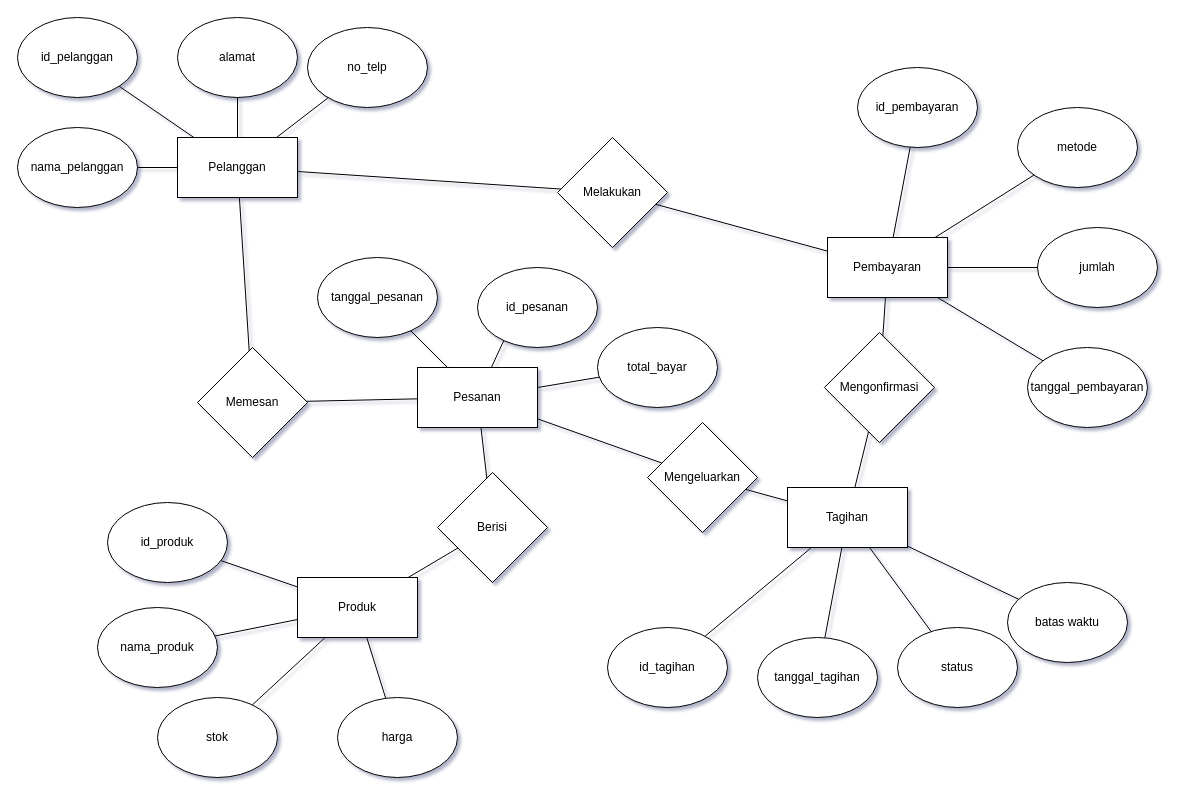
Above: uts_nomor_1.drawio in amar-ti2021/tugas_basis_data (draw.io), before the change. Source tidied: cells renumbered, new cells numbered last; positions are measured from the earlier drawing's top-left corner, leaving out a move shared by most shapes. Both pictures are drawn from the tidied source at 100%, with x=0, y=0 at pixel (17, 17).
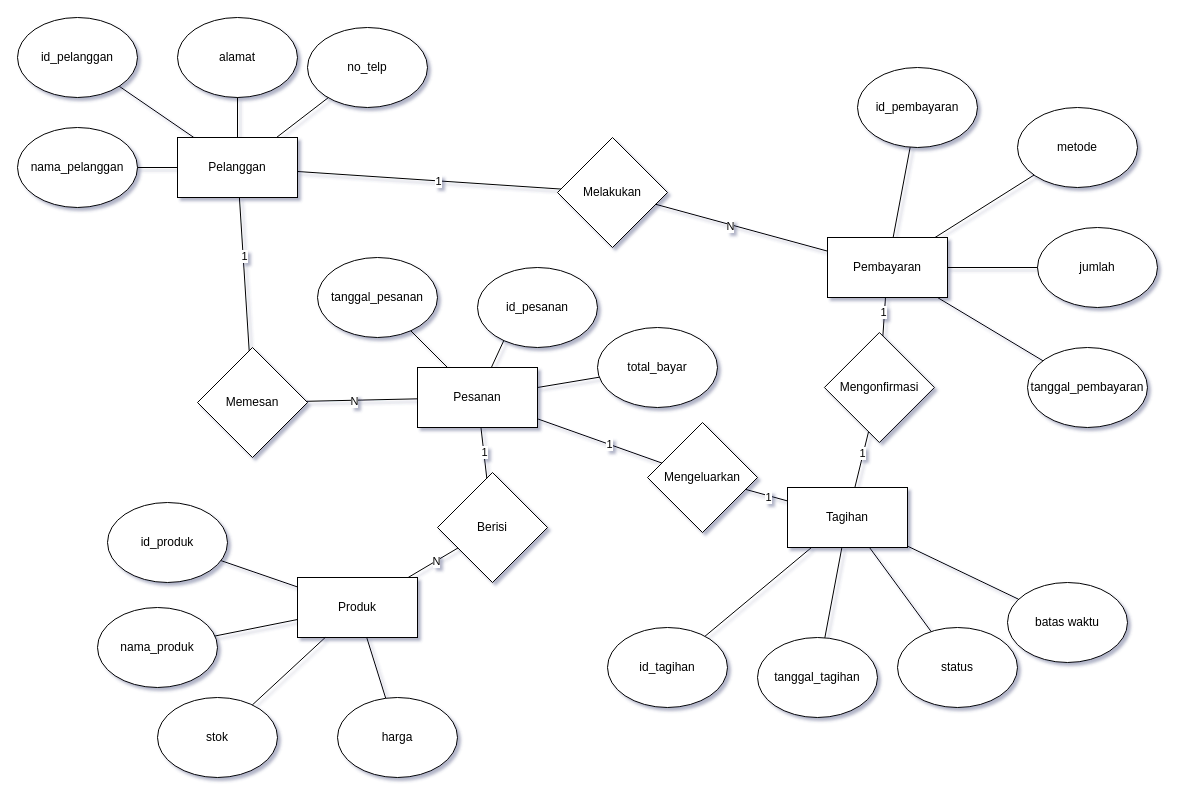
Above is the later version.

The change refers to these unchanged cells:
```xml
<mxCell id="46" style="endArrow=none;html=1;rounded=0;" parent="1" edge="1" source="45" target="2">
  <mxGeometry relative="1" as="geometry" />
</mxCell>
<mxCell id="47" style="endArrow=none;html=1;rounded=0;" parent="1" edge="1" source="45" target="11">
  <mxGeometry relative="1" as="geometry" />
</mxCell>
<mxCell id="49" style="endArrow=none;html=1;rounded=0;" parent="1" edge="1" source="48" target="11">
  <mxGeometry relative="1" as="geometry" />
</mxCell>
<mxCell id="50" style="endArrow=none;html=1;rounded=0;" parent="1" edge="1" source="48" target="18">
  <mxGeometry relative="1" as="geometry" />
</mxCell>
<mxCell id="52" style="endArrow=none;html=1;rounded=0;" parent="1" edge="1" source="51" target="27">
  <mxGeometry relative="1" as="geometry" />
</mxCell>
<mxCell id="53" style="endArrow=none;html=1;rounded=0;" parent="1" edge="1" source="51" target="11">
  <mxGeometry relative="1" as="geometry" />
</mxCell>
<mxCell id="54" style="endArrow=none;html=1;rounded=0;" parent="1" edge="1" source="55" target="27">
  <mxGeometry relative="1" as="geometry" />
</mxCell>
<mxCell id="56" style="endArrow=none;html=1;rounded=0;" parent="1" edge="1" source="55" target="36">
  <mxGeometry relative="1" as="geometry" />
</mxCell>
<mxCell id="57" style="endArrow=none;html=1;rounded=0;" parent="1" edge="1" source="58" target="2">
  <mxGeometry relative="1" as="geometry" />
</mxCell>
<mxCell id="59" style="endArrow=none;html=1;rounded=0;" parent="1" edge="1" source="58" target="36">
  <mxGeometry relative="1" as="geometry" />
</mxCell>
```

What changed in the source:
```diff
@@
+    <mxCell id="60" value="1" style="edgeLabel;html=1;align=center;verticalAlign=middle;" parent="46" vertex="1">
+      <mxGeometry x="0.24" y="-1" relative="1" as="geometry" />
+    </mxCell>
@@
+    <mxCell id="61" value="N" style="edgeLabel;html=1;align=center;verticalAlign=middle;" parent="47" vertex="1">
+      <mxGeometry x="-0.13" y="-1" relative="1" as="geometry" />
+    </mxCell>
@@
+    <mxCell id="62" value="1" style="edgeLabel;html=1;align=center;verticalAlign=middle;" parent="49" vertex="1">
+      <mxGeometry x="0.03" relative="1" as="geometry" />
+    </mxCell>
@@
+    <mxCell id="63" value="N" style="edgeLabel;html=1;align=center;verticalAlign=middle;" parent="50" vertex="1">
+      <mxGeometry x="-0.12" relative="1" as="geometry" />
+    </mxCell>
@@
+    <mxCell id="64" value="1" style="edgeLabel;html=1;align=center;verticalAlign=middle;" parent="52" vertex="1">
+      <mxGeometry x="0.12" y="-1" relative="1" as="geometry" />
+    </mxCell>
@@
+    <mxCell id="65" value="1" style="edgeLabel;html=1;align=center;verticalAlign=middle;" parent="53" vertex="1">
+      <mxGeometry x="-0.15" relative="1" as="geometry" />
+    </mxCell>
@@
+    <mxCell id="66" value="1" style="edgeLabel;html=1;align=center;verticalAlign=middle;" parent="54" vertex="1">
+      <mxGeometry x="-0.22" y="-1" relative="1" as="geometry" />
+    </mxCell>
@@
+    <mxCell id="67" value="1" style="edgeLabel;html=1;align=center;verticalAlign=middle;" parent="56" vertex="1">
+      <mxGeometry x="0.27" y="1" relative="1" as="geometry" />
+    </mxCell>
@@
+    <mxCell id="68" value="1" style="edgeLabel;html=1;align=center;verticalAlign=middle;" parent="57" vertex="1">
+      <mxGeometry x="-0.07" relative="1" as="geometry" />
+    </mxCell>
@@
+    <mxCell id="69" value="N" style="edgeLabel;html=1;align=center;verticalAlign=middle;" parent="59" vertex="1">
+      <mxGeometry x="-0.13" y="-1" relative="1" as="geometry" />
+    </mxCell>
```
